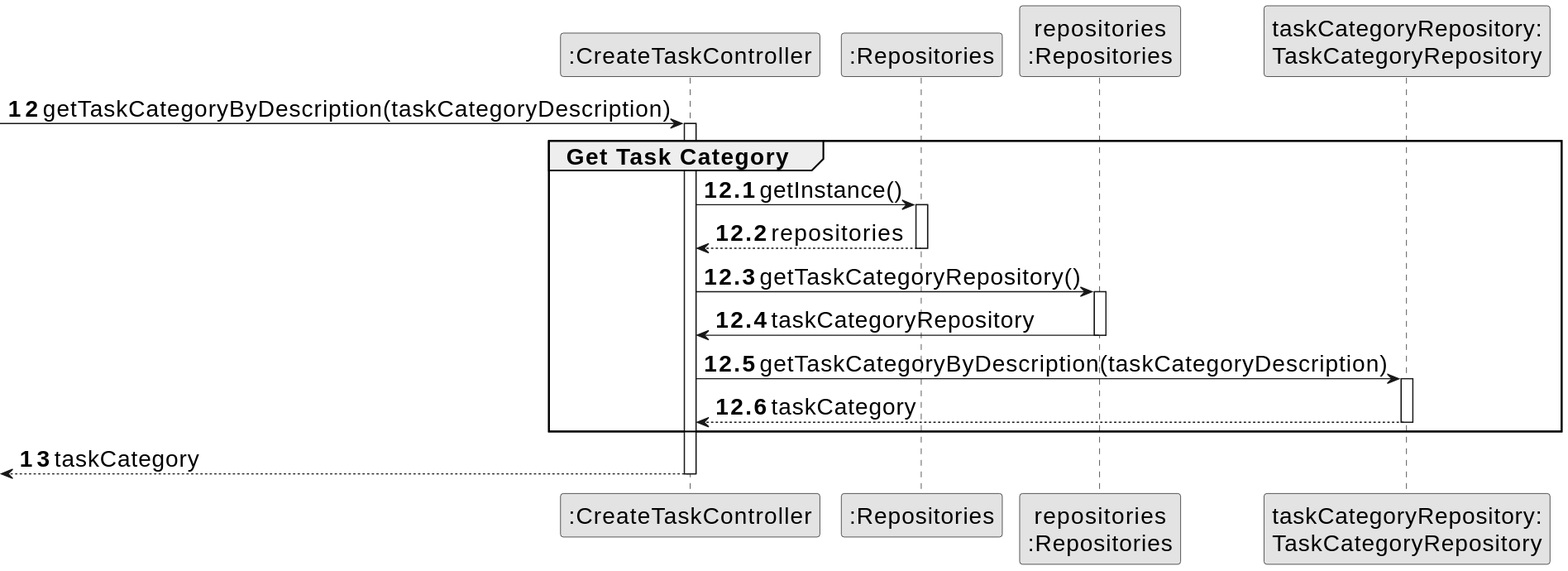
The PlantUML diagram docs/sprintA&B/us004/03.design/svg/us004-sequence-diagram-partial-get-collaborator-object.svg in daniel41silva05/ISEP_2023_2024_LAPR2, before a commit.
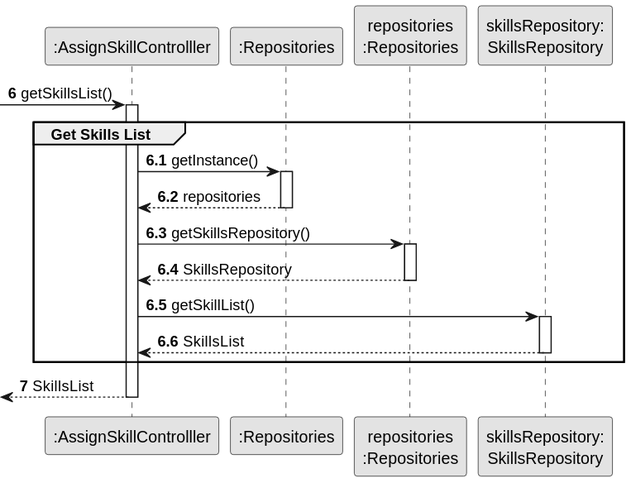
The same diagram one commit later.

Commit message:
US004 - sequence diagram partial get collaborator object

Diff of the diagram source:
```diff
@@ -1,43 +1,44 @@
 @startuml
-skinparamlocked defaultFontSize 20
 skinparam monochrome true
 skinparam packageStyle rectangle
 skinparam shadowing false
 
-participant ":CreateTaskController" as CTRL
-participant ":Repositories" as RepositorySingleton
-participant "repositories\n:Repositories" as PLAT
-participant "taskCategoryRepository:\nTaskCategoryRepository" as TaskCategoryRepository
+autonumber
 
-autonumber 12
--> CTRL : getTaskCategoryByDescription(taskCategoryDescription)
 
-autonumber 12.1
+participant ":AssignSkillControlller" as CTRL
+participant ":Repositories" as REP
+participant "repositories\n:Repositories" as REPS
+participant "skillsRepository:\nSkillsRepository" as skillsRepository
 
+
+autonumber 6
+
+ -> CTRL : getSkillsList()
+autonumber 6.1
 activate CTRL
-    group Get Task Category
-        CTRL -> RepositorySingleton : getInstance()
-        activate RepositorySingleton
+    group Get Skills List
 
-            RepositorySingleton --> CTRL: repositories
-        deactivate RepositorySingleton
+            CTRL -> REP : getInstance()
+            activate REP
 
-        CTRL -> PLAT : getTaskCategoryRepository()
-        activate PLAT
+            REP --> CTRL: repositories
+            deactivate REP
 
-            PLAT -> CTRL : taskCategoryRepository
-        deactivate PLAT
+            CTRL -> REPS : getSkillsRepository()
+            activate REPS
 
-        CTRL -> TaskCategoryRepository : getTaskCategoryByDescription(taskCategoryDescription)
-        activate TaskCategoryRepository
+            REPS --> CTRL: SkillsRepository
+            deactivate REPS
 
-            TaskCategoryRepository --> CTRL : taskCategory
-        deactivate TaskCategoryRepository
+            CTRL -> skillsRepository: getSkillList()
+            activate skillsRepository
 
-    end group
+            skillsRepository --> CTRL : SkillsList
+            deactivate skillsRepository
 
-    autonumber 13
-    <-- CTRL : taskCategory
-
+    end
+    autonumber 7
+    <-- CTRL  : SkillsList
 deactivate CTRL
 @enduml
```
